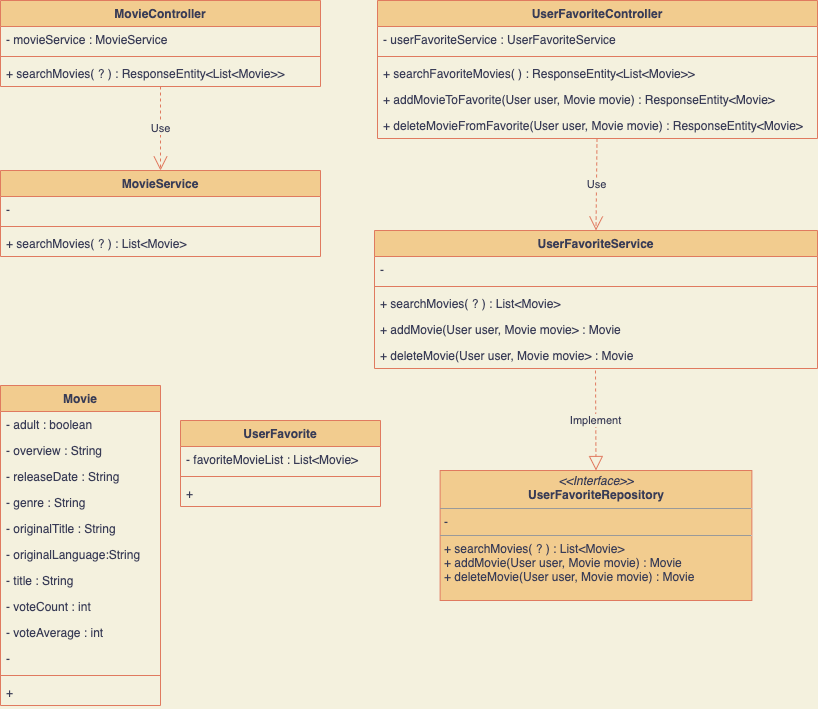
This is MovieAPI_ClassDiagram.png from sabomagicfeet/MovieAPI, a draw.io export, as it was before one commit. Source tidied: cells renumbered, new cells last; positions are measured from the earlier drawing's top-left corner, leaving out a move shared by most shapes.
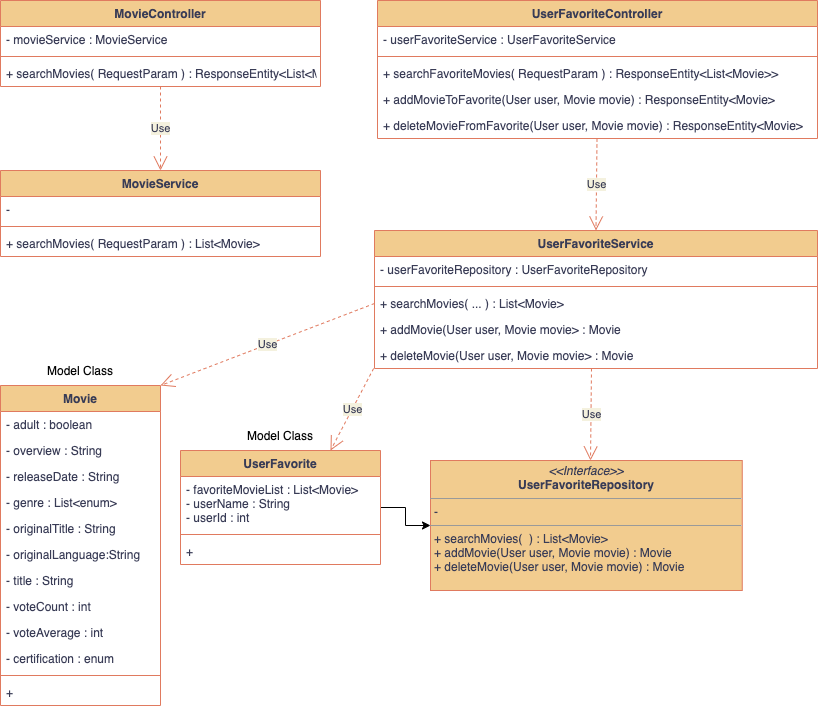
Above is the later version.

Diff of the diagram source:
```diff
@@ -1,4 +1,4 @@
-<mxGraphModel background="#F4F1DE">
+<mxGraphModel background="#FFFFFF">
   <root>
     <mxCell id="0" />
     <mxCell id="1" parent="0" />
@@ -11,7 +11,7 @@
     <mxCell id="4" style="line;strokeWidth=1;fillColor=none;align=left;verticalAlign=middle;spacingTop=-1;spacingLeft=3;spacingRight=3;labelPosition=right;labelBackgroundColor=#F4F1DE;strokeColor=#E07A5F;fontColor=#393C56;" parent="2" vertex="1">
       <mxGeometry y="52" width="320" height="8" as="geometry" />
     </mxCell>
-    <mxCell id="5" value="+ searchMovies( ? ) : ResponseEntity&lt;List&lt;Movie&gt;&gt;" style="text;strokeColor=none;fillColor=none;align=left;verticalAlign=top;spacingLeft=4;spacingRight=4;overflow=hidden;points=[[0,0.5],[1,0.5]];portConstraint=eastwest;fontColor=#393C56;" parent="2" vertex="1">
+    <mxCell id="5" value="+ searchMovies( RequestParam ) : ResponseEntity&lt;List&lt;Movie&gt;&gt;" style="text;strokeColor=none;fillColor=none;align=left;verticalAlign=top;spacingLeft=4;spacingRight=4;overflow=hidden;points=[[0,0.5],[1,0.5]];portConstraint=eastwest;fontColor=#393C56;" parent="2" vertex="1">
       <mxGeometry y="60" width="320" height="26" as="geometry" />
     </mxCell>
     <mxCell id="6" value="MovieService" style="swimlane;fontStyle=1;align=center;verticalAlign=top;horizontal=1;startSize=26;fillColor=#F2CC8F;strokeColor=#E07A5F;fontColor=#393C56;" parent="1" vertex="1">
@@ -23,7 +23,7 @@
     <mxCell id="8" style="line;strokeWidth=1;fillColor=none;align=left;verticalAlign=middle;spacingTop=-1;spacingLeft=3;spacingRight=3;labelPosition=right;labelBackgroundColor=#F4F1DE;strokeColor=#E07A5F;fontColor=#393C56;" parent="6" vertex="1">
       <mxGeometry y="52" width="320" height="8" as="geometry" />
     </mxCell>
-    <mxCell id="9" value="+ searchMovies( ? ) : List&lt;Movie&gt;" style="text;strokeColor=none;fillColor=none;align=left;verticalAlign=top;spacingLeft=4;spacingRight=4;overflow=hidden;fontColor=#393C56;" parent="6" vertex="1">
+    <mxCell id="9" value="+ searchMovies( RequestParam ) : List&lt;Movie&gt;" style="text;strokeColor=none;fillColor=none;align=left;verticalAlign=top;spacingLeft=4;spacingRight=4;overflow=hidden;fontColor=#393C56;" parent="6" vertex="1">
       <mxGeometry y="60" width="320" height="26" as="geometry" />
     </mxCell>
     <mxCell id="10" value="Use" style="endArrow=open;endSize=12;dashed=1;html=1;rounded=0;labelBackgroundColor=#F4F1DE;strokeColor=#E07A5F;fontColor=#393C56;" parent="1" edge="1" source="5" target="6">
@@ -38,7 +38,7 @@
     <mxCell id="13" style="line;strokeWidth=1;fillColor=none;align=left;verticalAlign=middle;spacingTop=-1;spacingLeft=3;spacingRight=3;labelPosition=right;labelBackgroundColor=#F4F1DE;strokeColor=#E07A5F;fontColor=#393C56;" parent="11" vertex="1">
       <mxGeometry y="52" width="440" height="8" as="geometry" />
     </mxCell>
-    <mxCell id="14" value="+ searchFavoriteMovies( ) : ResponseEntity&lt;List&lt;Movie&gt;&gt;" style="text;strokeColor=none;fillColor=none;align=left;verticalAlign=top;spacingLeft=4;spacingRight=4;overflow=hidden;fontColor=#393C56;" parent="11" vertex="1">
+    <mxCell id="14" value="+ searchFavoriteMovies( RequestParam ) : ResponseEntity&lt;List&lt;Movie&gt;&gt;" style="text;strokeColor=none;fillColor=none;align=left;verticalAlign=top;spacingLeft=4;spacingRight=4;overflow=hidden;fontColor=#393C56;" parent="11" vertex="1">
       <mxGeometry y="60" width="440" height="26" as="geometry" />
     </mxCell>
     <mxCell id="15" value="+ addMovieToFavorite(User user, Movie movie) : ResponseEntity&lt;Movie&gt;" style="text;strokeColor=none;fillColor=none;align=left;verticalAlign=top;spacingLeft=4;spacingRight=4;overflow=hidden;fontColor=#393C56;" parent="11" vertex="1">
@@ -50,13 +50,13 @@
     <mxCell id="17" value="UserFavoriteService" style="swimlane;fontStyle=1;align=center;verticalAlign=top;horizontal=1;startSize=26;fillColor=#F2CC8F;strokeColor=#E07A5F;fontColor=#393C56;" parent="1" vertex="1">
       <mxGeometry x="374" y="230" width="443" height="138" as="geometry" />
     </mxCell>
-    <mxCell id="18" value="-" style="text;strokeColor=none;fillColor=none;align=left;verticalAlign=top;spacingLeft=4;spacingRight=4;overflow=hidden;fontColor=#393C56;" parent="17" vertex="1">
+    <mxCell id="18" value="- userFavoriteRepository : UserFavoriteRepository" style="text;strokeColor=none;fillColor=none;align=left;verticalAlign=top;spacingLeft=4;spacingRight=4;overflow=hidden;fontColor=#393C56;" parent="17" vertex="1">
       <mxGeometry y="26" width="443" height="26" as="geometry" />
     </mxCell>
     <mxCell id="19" style="line;strokeWidth=1;fillColor=none;align=left;verticalAlign=middle;spacingTop=-1;spacingLeft=3;spacingRight=3;labelPosition=right;labelBackgroundColor=#F4F1DE;strokeColor=#E07A5F;fontColor=#393C56;" parent="17" vertex="1">
       <mxGeometry y="52" width="443" height="8" as="geometry" />
     </mxCell>
-    <mxCell id="20" value="+ searchMovies( ? ) : List&lt;Movie&gt;" style="text;strokeColor=none;fillColor=none;align=left;verticalAlign=top;spacingLeft=4;spacingRight=4;overflow=hidden;points=[[0,0.5],[1,0.5]];portConstraint=eastwest;fontColor=#393C56;" parent="17" vertex="1">
+    <mxCell id="20" value="+ searchMovies( ... ) : List&lt;Movie&gt;" style="text;strokeColor=none;fillColor=none;align=left;verticalAlign=top;spacingLeft=4;spacingRight=4;overflow=hidden;points=[[0,0.5],[1,0.5]];portConstraint=eastwest;fontColor=#393C56;" parent="17" vertex="1">
       <mxGeometry y="60" width="443" height="26" as="geometry" />
     </mxCell>
     <mxCell id="21" value="+ addMovie(User user, Movie movie&gt; : Movie" style="text;strokeColor=none;fillColor=none;align=left;verticalAlign=top;spacingLeft=4;spacingRight=4;overflow=hidden;fontColor=#393C56;" parent="17" vertex="1">
@@ -70,14 +70,9 @@
         <mxPoint x="596.5" y="138" as="sourcePoint" />
       </mxGeometry>
     </mxCell>
-    <mxCell id="24" value="&lt;p style=&quot;margin: 0px ; margin-top: 4px ; text-align: center&quot;&gt;&lt;i&gt;&amp;lt;&amp;lt;Interface&amp;gt;&amp;gt;&lt;/i&gt;&lt;br&gt;&lt;b&gt;UserFavoriteRepository&lt;/b&gt;&lt;/p&gt;&lt;hr size=&quot;1&quot;&gt;&lt;p style=&quot;margin: 0px ; margin-left: 4px&quot;&gt;-&amp;nbsp;&lt;br&gt;&lt;/p&gt;&lt;hr size=&quot;1&quot;&gt;&lt;p style=&quot;margin: 0px ; margin-left: 4px&quot;&gt;+ searchMovies( ? ) : List&amp;lt;Movie&amp;gt;&lt;/p&gt;&lt;p style=&quot;margin: 0px ; margin-left: 4px&quot;&gt;+ addMovie(User user, Movie movie) : Movie&lt;/p&gt;&lt;p style=&quot;margin: 0px ; margin-left: 4px&quot;&gt;+ deleteMovie(User user, Movie movie) : Movie&lt;/p&gt;" style="verticalAlign=top;align=left;overflow=fill;fontSize=12;fontFamily=Helvetica;html=1;fillColor=#F2CC8F;strokeColor=#E07A5F;fontColor=#393C56;" parent="1" vertex="1">
-      <mxGeometry x="439.6" y="470" width="311.8" height="130" as="geometry" />
+    <mxCell id="24" value="&lt;p style=&quot;margin: 0px ; margin-top: 4px ; text-align: center&quot;&gt;&lt;i&gt;&amp;lt;&amp;lt;Interface&amp;gt;&amp;gt;&lt;/i&gt;&lt;br&gt;&lt;b&gt;UserFavoriteRepository&lt;/b&gt;&lt;/p&gt;&lt;hr size=&quot;1&quot;&gt;&lt;p style=&quot;margin: 0px ; margin-left: 4px&quot;&gt;-&amp;nbsp;&lt;br&gt;&lt;/p&gt;&lt;hr size=&quot;1&quot;&gt;&lt;p style=&quot;margin: 0px ; margin-left: 4px&quot;&gt;+ searchMovies(&amp;nbsp; ) : List&amp;lt;Movie&amp;gt;&lt;/p&gt;&lt;p style=&quot;margin: 0px ; margin-left: 4px&quot;&gt;+ addMovie(User user, Movie movie) : Movie&lt;/p&gt;&lt;p style=&quot;margin: 0px ; margin-left: 4px&quot;&gt;+ deleteMovie(User user, Movie movie) : Movie&lt;/p&gt;" style="verticalAlign=top;align=left;overflow=fill;fontSize=12;fontFamily=Helvetica;html=1;fillColor=#F2CC8F;strokeColor=#E07A5F;fontColor=#393C56;" parent="1" vertex="1">
+      <mxGeometry x="430" y="460" width="311.8" height="130" as="geometry" />
     </mxCell>
-    <mxCell id="25" value="Implement" style="endArrow=block;dashed=1;endFill=0;endSize=12;html=1;rounded=0;entryX=0.5;entryY=0;entryDx=0;entryDy=0;labelBackgroundColor=#F4F1DE;strokeColor=#E07A5F;fontColor=#393C56;" parent="1" edge="1" target="24">
-      <mxGeometry relative="1" as="geometry">
-        <mxPoint x="595" y="370" as="sourcePoint" />
-      </mxGeometry>
-    </mxCell>
     <mxCell id="26" value="Movie" style="swimlane;fontStyle=1;align=center;verticalAlign=top;horizontal=1;startSize=26;fillColor=#F2CC8F;strokeColor=#E07A5F;fontColor=#393C56;" parent="1" vertex="1">
       <mxGeometry y="385" width="160" height="320" as="geometry" />
     </mxCell>
@@ -90,7 +85,7 @@
     <mxCell id="29" value="- releaseDate : String" style="text;strokeColor=none;fillColor=none;align=left;verticalAlign=top;spacingLeft=4;spacingRight=4;overflow=hidden;fontColor=#393C56;" parent="26" vertex="1">
       <mxGeometry y="78" width="160" height="26" as="geometry" />
     </mxCell>
-    <mxCell id="30" value="- genre : String" style="text;strokeColor=none;fillColor=none;align=left;verticalAlign=top;spacingLeft=4;spacingRight=4;overflow=hidden;fontColor=#393C56;" parent="26" vertex="1">
+    <mxCell id="30" value="- genre : List&lt;enum&gt;" style="text;strokeColor=none;fillColor=none;align=left;verticalAlign=top;spacingLeft=4;spacingRight=4;overflow=hidden;fontColor=#393C56;" parent="26" vertex="1">
       <mxGeometry y="104" width="160" height="26" as="geometry" />
     </mxCell>
     <mxCell id="31" value="- originalTitle : String" style="text;strokeColor=none;fillColor=none;align=left;verticalAlign=top;spacingLeft=4;spacingRight=4;overflow=hidden;fontColor=#393C56;" parent="26" vertex="1">
@@ -108,7 +103,7 @@
     <mxCell id="35" value="- voteAverage : int" style="text;strokeColor=none;fillColor=none;align=left;verticalAlign=top;spacingLeft=4;spacingRight=4;overflow=hidden;fontColor=#393C56;" parent="26" vertex="1">
       <mxGeometry y="234" width="160" height="26" as="geometry" />
     </mxCell>
-    <mxCell id="36" value="- " style="text;strokeColor=none;fillColor=none;align=left;verticalAlign=top;spacingLeft=4;spacingRight=4;overflow=hidden;fontColor=#393C56;" parent="26" vertex="1">
+    <mxCell id="36" value="- certification : enum" style="text;strokeColor=none;fillColor=none;align=left;verticalAlign=top;spacingLeft=4;spacingRight=4;overflow=hidden;fontColor=#393C56;" parent="26" vertex="1">
       <mxGeometry y="260" width="160" height="26" as="geometry" />
     </mxCell>
     <mxCell id="37" style="line;strokeWidth=1;fillColor=none;align=left;verticalAlign=middle;spacingTop=-1;spacingLeft=3;spacingRight=3;labelPosition=right;labelBackgroundColor=#F4F1DE;strokeColor=#E07A5F;fontColor=#393C56;" parent="26" vertex="1">
@@ -117,17 +112,38 @@
     <mxCell id="38" value="+ " style="text;strokeColor=none;fillColor=none;align=left;verticalAlign=top;spacingLeft=4;spacingRight=4;overflow=hidden;fontColor=#393C56;" parent="26" vertex="1">
       <mxGeometry y="294" width="160" height="26" as="geometry" />
     </mxCell>
+    <mxCell id="43" style="edgeStyle=orthogonalEdgeStyle;rounded=0;jettySize=auto;html=1;fontColor=#030303;" parent="1" edge="1" source="39" target="24">
+      <mxGeometry relative="1" as="geometry" />
+    </mxCell>
     <mxCell id="39" value="UserFavorite" style="swimlane;fontStyle=1;align=center;verticalAlign=top;horizontal=1;startSize=26;fillColor=#F2CC8F;strokeColor=#E07A5F;fontColor=#393C56;" parent="1" vertex="1">
-      <mxGeometry x="180" y="420" width="200" height="86" as="geometry" />
+      <mxGeometry x="180" y="450" width="200" height="114" as="geometry" />
     </mxCell>
-    <mxCell id="40" value="- favoriteMovieList : List&lt;Movie&gt;" style="text;strokeColor=none;fillColor=none;align=left;verticalAlign=top;spacingLeft=4;spacingRight=4;overflow=hidden;fontColor=#393C56;" parent="39" vertex="1">
-      <mxGeometry y="26" width="200" height="26" as="geometry" />
+    <mxCell id="40" value="- favoriteMovieList : List&lt;Movie&gt;&#10;- userName : String&#10;- userId : int" style="text;strokeColor=none;fillColor=none;align=left;verticalAlign=top;spacingLeft=4;spacingRight=4;overflow=hidden;fontColor=#393C56;" parent="39" vertex="1">
+      <mxGeometry y="26" width="200" height="54" as="geometry" />
     </mxCell>
     <mxCell id="41" style="line;strokeWidth=1;fillColor=none;align=left;verticalAlign=middle;spacingTop=-1;spacingLeft=3;spacingRight=3;labelPosition=right;labelBackgroundColor=#F4F1DE;strokeColor=#E07A5F;fontColor=#393C56;" parent="39" vertex="1">
-      <mxGeometry y="52" width="200" height="8" as="geometry" />
+      <mxGeometry y="80" width="200" height="8" as="geometry" />
     </mxCell>
     <mxCell id="42" value="+ " style="text;strokeColor=none;fillColor=none;align=left;verticalAlign=top;spacingLeft=4;spacingRight=4;overflow=hidden;fontColor=#393C56;" parent="39" vertex="1">
-      <mxGeometry y="60" width="200" height="26" as="geometry" />
+      <mxGeometry y="88" width="200" height="26" as="geometry" />
     </mxCell>
+    <mxCell id="44" value="Model Class" style="text;html=1;strokeColor=none;fillColor=none;align=center;verticalAlign=middle;whiteSpace=wrap;rounded=0;fontColor=#030303;" parent="1" vertex="1">
+      <mxGeometry x="35" y="355" width="90" height="30" as="geometry" />
+    </mxCell>
+    <mxCell id="45" value="Model Class" style="text;html=1;strokeColor=none;fillColor=none;align=center;verticalAlign=middle;whiteSpace=wrap;rounded=0;fontColor=#030303;" parent="1" vertex="1">
+      <mxGeometry x="235" y="420" width="90" height="30" as="geometry" />
+    </mxCell>
+    <mxCell id="46" value="Use" style="endArrow=open;endSize=12;dashed=1;html=1;rounded=0;entryX=0.5;entryY=0;entryDx=0;entryDy=0;labelBackgroundColor=#F4F1DE;strokeColor=#E07A5F;fontColor=#393C56;" parent="1" edge="1">
+      <mxGeometry relative="1" as="geometry">
+        <mxPoint x="591" y="368" as="sourcePoint" />
+        <mxPoint x="590" y="460" as="targetPoint" />
+      </mxGeometry>
+    </mxCell>
+    <mxCell id="47" value="Use" style="endArrow=open;endSize=12;dashed=1;html=1;rounded=0;entryX=1;entryY=0;entryDx=0;entryDy=0;labelBackgroundColor=#F4F1DE;strokeColor=#E07A5F;fontColor=#393C56;exitX=0;exitY=0.5;exitDx=0;exitDy=0;" parent="1" edge="1" source="20" target="26">
+      <mxGeometry relative="1" as="geometry" />
+    </mxCell>
+    <mxCell id="48" value="Use" style="endArrow=open;endSize=12;dashed=1;html=1;rounded=0;entryX=0.75;entryY=0;entryDx=0;entryDy=0;labelBackgroundColor=#F4F1DE;strokeColor=#E07A5F;fontColor=#393C56;exitX=-0.002;exitY=1;exitDx=0;exitDy=0;exitPerimeter=0;" parent="1" edge="1" source="22" target="39">
+      <mxGeometry relative="1" as="geometry" />
+    </mxCell>
   </root>
 </mxGraphModel>
```
